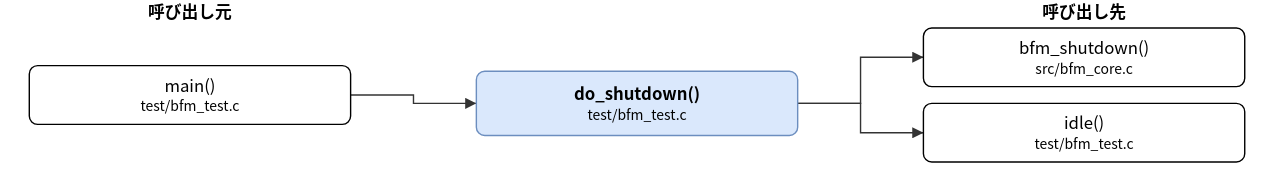
Earlier version of the draw.io export doc/spec/images/call_test_bfm_test-do_shutdown.drawio.svg (hf355051012-ai/bfmem). Source tidied: cells renumbered, new cells last; positions are measured from the earlier drawing's top-left corner, leaving out a move shared by most shapes. Source of this version:
```xml
<mxGraphModel>
  <root>
    <mxCell id="0" />
    <mxCell id="1" parent="0" />
    <mxCell id="2" value="do_shutdown()&lt;br&gt;&lt;font style=&quot;font-size:10px&quot;&gt;test/bfm_test.c&lt;/font&gt;" style="rounded=1;whiteSpace=wrap;html=1;fillColor=#dae8fc;strokeColor=#6c8ebf;fontStyle=1;" parent="1" vertex="1">
      <mxGeometry x="320" y="51" width="230" height="46" as="geometry" />
    </mxCell>
    <mxCell id="3" value="main()&lt;br&gt;&lt;font style=&quot;font-size:10px&quot;&gt;test/bfm_test.c&lt;/font&gt;" style="rounded=1;whiteSpace=wrap;html=1;" parent="1" vertex="1">
      <mxGeometry y="47" width="230" height="42" as="geometry" />
    </mxCell>
    <mxCell id="4" value="bfm_shutdown()&lt;br&gt;&lt;font style=&quot;font-size:10px&quot;&gt;src/bfm_core.c&lt;/font&gt;" style="rounded=1;whiteSpace=wrap;html=1;" parent="1" vertex="1">
      <mxGeometry x="640" y="20" width="230" height="42" as="geometry" />
    </mxCell>
    <mxCell id="5" value="idle()&lt;br&gt;&lt;font style=&quot;font-size:10px&quot;&gt;test/bfm_test.c&lt;/font&gt;" style="rounded=1;whiteSpace=wrap;html=1;" parent="1" vertex="1">
      <mxGeometry x="640" y="74" width="230" height="42" as="geometry" />
    </mxCell>
    <mxCell id="6" style="edgeStyle=none;html=1;rounded=0;endArrow=block;endFill=1;exitX=1.0000;exitY=0.5000;exitDx=0;exitDy=0;exitPerimeter=0;entryX=0.0000;entryY=0.5000;entryDx=0;entryDy=0;entryPerimeter=0;" parent="1" edge="1" source="3" target="2">
      <mxGeometry relative="1" as="geometry">
        <Array as="points">
          <mxPoint x="275" y="68" />
          <mxPoint x="275" y="74" />
        </Array>
      </mxGeometry>
    </mxCell>
    <mxCell id="7" style="edgeStyle=none;html=1;rounded=0;endArrow=block;endFill=1;exitX=1.0000;exitY=0.5000;exitDx=0;exitDy=0;exitPerimeter=0;entryX=0.0000;entryY=0.5000;entryDx=0;entryDy=0;entryPerimeter=0;" parent="1" edge="1" source="2" target="4">
      <mxGeometry relative="1" as="geometry">
        <Array as="points">
          <mxPoint x="595" y="74" />
          <mxPoint x="595" y="41" />
        </Array>
      </mxGeometry>
    </mxCell>
    <mxCell id="8" style="edgeStyle=none;html=1;rounded=0;endArrow=block;endFill=1;exitX=1.0000;exitY=0.5000;exitDx=0;exitDy=0;exitPerimeter=0;entryX=0.0000;entryY=0.5000;entryDx=0;entryDy=0;entryPerimeter=0;" parent="1" edge="1" source="2" target="5">
      <mxGeometry relative="1" as="geometry">
        <Array as="points">
          <mxPoint x="595" y="74" />
          <mxPoint x="595" y="95" />
        </Array>
      </mxGeometry>
    </mxCell>
    <mxCell id="9" value="呼び出し元" style="text;html=1;align=center;fontStyle=1;" parent="1" vertex="1">
      <mxGeometry x="35" width="160" height="18" as="geometry" />
    </mxCell>
    <mxCell id="10" value="呼び出し先" style="text;html=1;align=center;fontStyle=1;" parent="1" vertex="1">
      <mxGeometry x="675" width="160" height="18" as="geometry" />
    </mxCell>
  </root>
</mxGraphModel>
```
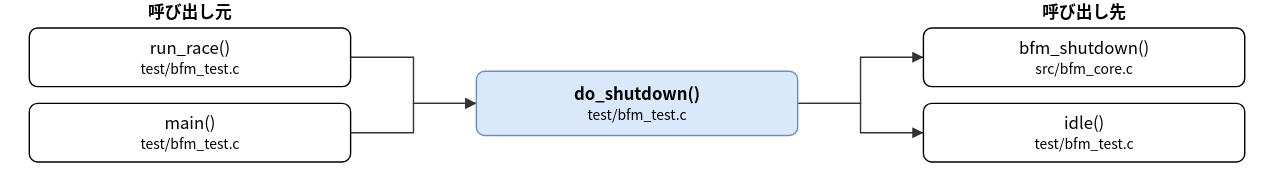
Above is the later version.

Diff of the diagram source:
```diff
@@ -5,9 +5,12 @@
     <mxCell id="2" value="do_shutdown()&lt;br&gt;&lt;font style=&quot;font-size:10px&quot;&gt;test/bfm_test.c&lt;/font&gt;" style="rounded=1;whiteSpace=wrap;html=1;fillColor=#dae8fc;strokeColor=#6c8ebf;fontStyle=1;" parent="1" vertex="1">
       <mxGeometry x="320" y="51" width="230" height="46" as="geometry" />
     </mxCell>
-    <mxCell id="3" value="main()&lt;br&gt;&lt;font style=&quot;font-size:10px&quot;&gt;test/bfm_test.c&lt;/font&gt;" style="rounded=1;whiteSpace=wrap;html=1;" parent="1" vertex="1">
-      <mxGeometry y="47" width="230" height="42" as="geometry" />
+    <mxCell id="3" value="run_race()&lt;br&gt;&lt;font style=&quot;font-size:10px&quot;&gt;test/bfm_test.c&lt;/font&gt;" style="rounded=1;whiteSpace=wrap;html=1;" parent="1" vertex="1">
+      <mxGeometry y="20" width="230" height="42" as="geometry" />
     </mxCell>
+    <mxCell id="11" value="main()&lt;br&gt;&lt;font style=&quot;font-size:10px&quot;&gt;test/bfm_test.c&lt;/font&gt;" style="rounded=1;whiteSpace=wrap;html=1;" parent="1" vertex="1">
+      <mxGeometry y="74" width="230" height="42" as="geometry" />
+    </mxCell>
     <mxCell id="4" value="bfm_shutdown()&lt;br&gt;&lt;font style=&quot;font-size:10px&quot;&gt;src/bfm_core.c&lt;/font&gt;" style="rounded=1;whiteSpace=wrap;html=1;" parent="1" vertex="1">
       <mxGeometry x="640" y="20" width="230" height="42" as="geometry" />
     </mxCell>
@@ -17,27 +20,35 @@
     <mxCell id="6" style="edgeStyle=none;html=1;rounded=0;endArrow=block;endFill=1;exitX=1.0000;exitY=0.5000;exitDx=0;exitDy=0;exitPerimeter=0;entryX=0.0000;entryY=0.5000;entryDx=0;entryDy=0;entryPerimeter=0;" parent="1" edge="1" source="3" target="2">
       <mxGeometry relative="1" as="geometry">
         <Array as="points">
-          <mxPoint x="275" y="68" />
+          <mxPoint x="275" y="41" />
           <mxPoint x="275" y="74" />
         </Array>
       </mxGeometry>
     </mxCell>
-    <mxCell id="7" style="edgeStyle=none;html=1;rounded=0;endArrow=block;endFill=1;exitX=1.0000;exitY=0.5000;exitDx=0;exitDy=0;exitPerimeter=0;entryX=0.0000;entryY=0.5000;entryDx=0;entryDy=0;entryPerimeter=0;" parent="1" edge="1" source="2" target="4">
+    <mxCell id="7" style="edgeStyle=none;html=1;rounded=0;endArrow=block;endFill=1;exitX=1.0000;exitY=0.5000;exitDx=0;exitDy=0;exitPerimeter=0;entryX=0.0000;entryY=0.5000;entryDx=0;entryDy=0;entryPerimeter=0;" parent="1" edge="1" source="11" target="2">
       <mxGeometry relative="1" as="geometry">
         <Array as="points">
-          <mxPoint x="595" y="74" />
-          <mxPoint x="595" y="41" />
+          <mxPoint x="275" y="95" />
+          <mxPoint x="275" y="74" />
         </Array>
       </mxGeometry>
     </mxCell>
-    <mxCell id="8" style="edgeStyle=none;html=1;rounded=0;endArrow=block;endFill=1;exitX=1.0000;exitY=0.5000;exitDx=0;exitDy=0;exitPerimeter=0;entryX=0.0000;entryY=0.5000;entryDx=0;entryDy=0;entryPerimeter=0;" parent="1" edge="1" source="2" target="5">
+    <mxCell id="8" style="edgeStyle=none;html=1;rounded=0;endArrow=block;endFill=1;exitX=1.0000;exitY=0.5000;exitDx=0;exitDy=0;exitPerimeter=0;entryX=0.0000;entryY=0.5000;entryDx=0;entryDy=0;entryPerimeter=0;" parent="1" edge="1" source="2" target="4">
       <mxGeometry relative="1" as="geometry">
         <Array as="points">
           <mxPoint x="595" y="74" />
-          <mxPoint x="595" y="95" />
+          <mxPoint x="595" y="41" />
         </Array>
       </mxGeometry>
     </mxCell>
+    <mxCell id="12" style="edgeStyle=none;html=1;rounded=0;endArrow=block;endFill=1;exitX=1.0000;exitY=0.5000;exitDx=0;exitDy=0;exitPerimeter=0;entryX=0.0000;entryY=0.5000;entryDx=0;entryDy=0;entryPerimeter=0;" parent="1" edge="1" source="2" target="5">
+      <mxGeometry relative="1" as="geometry">
+        <Array as="points">
+          <mxPoint x="595" y="74" />
+          <mxPoint x="595" y="95" />
+        </Array>
+      </mxGeometry>
+    </mxCell>
     <mxCell id="9" value="呼び出し元" style="text;html=1;align=center;fontStyle=1;" parent="1" vertex="1">
       <mxGeometry x="35" width="160" height="18" as="geometry" />
     </mxCell>
```
